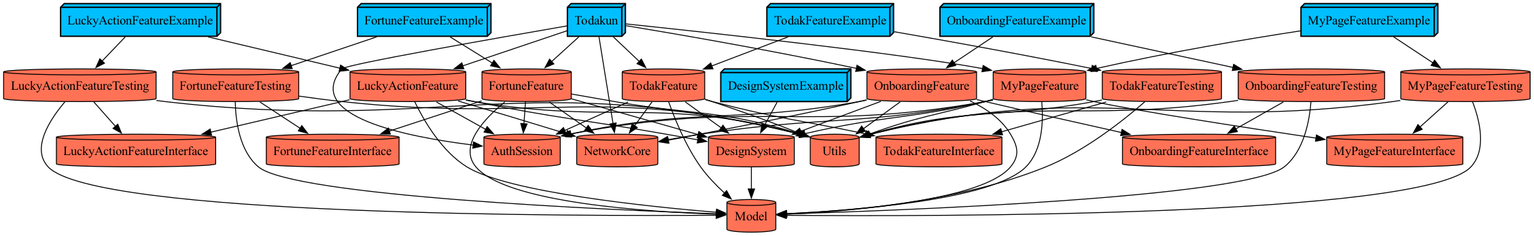
The Graphviz diagram docs/graph.png in YAPP-Github/28th-App-Team-2-iOS, before a commit. Its source is kept beside it as docs/graph.dot.
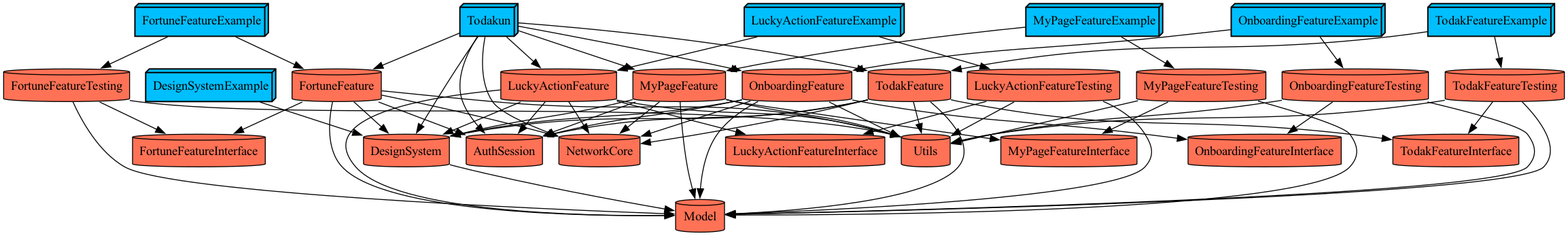
The same file after the commit.

What changed in the source:
```diff
@@ -82,6 +82,7 @@
   TodakFeatureTesting -> Utils
   TodakFeatureTesting [fillcolor=coral1 shape=cylinder style=filled]
   Todakun -> AuthSession
+  Todakun -> DesignSystem
   Todakun -> FortuneFeature
   Todakun -> LuckyActionFeature
   Todakun -> MyPageFeature
```
